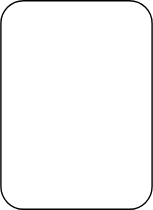
This is source/_posts/页表管理.drawio.svg from ray-jk-hong/ray-jk-hong.github.io, a draw.io export, as it was before one commit. Source tidied: cells renumbered, new cells last; positions are measured from the earlier drawing's top-left corner, leaving out a move shared by most shapes. The source it was exported from:
```xml
<mxGraphModel>
  <root>
    <mxCell id="0" />
    <mxCell id="1" parent="0" />
    <mxCell id="2" style="rounded=1;whiteSpace=wrap;html=1;" parent="1" vertex="1">
      <mxGeometry width="108" height="149" as="geometry" />
    </mxCell>
  </root>
</mxGraphModel>
```
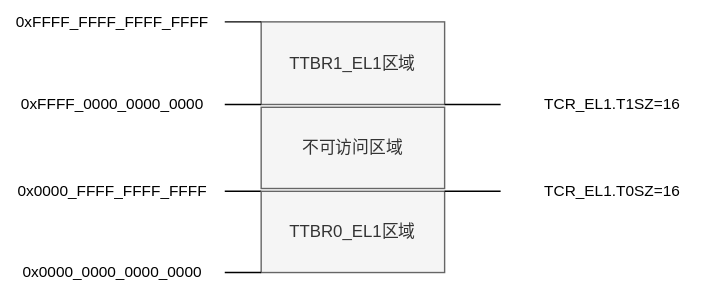
After the change.

Commit message:
更新页表管理.drawio.svg

Diff of the diagram source:
```diff
@@ -2,8 +2,52 @@
   <root>
     <mxCell id="0" />
     <mxCell id="1" parent="0" />
-    <mxCell id="2" style="rounded=1;whiteSpace=wrap;html=1;" parent="1" vertex="1">
-      <mxGeometry width="108" height="149" as="geometry" />
+    <mxCell id="2" value="TTBR1_EL1区域" style="rounded=0;whiteSpace=wrap;html=1;fillColor=#f5f5f5;strokeColor=#666666;fontColor=#333333;" parent="1" vertex="1">
+      <mxGeometry width="131" height="59" as="geometry" />
     </mxCell>
+    <mxCell id="3" value="&lt;span style=&quot;font-size: 11px; text-wrap: nowrap; background-color: rgb(255, 255, 255);&quot;&gt;0xFFFF_FFFF_FFFF_FFFF&lt;/span&gt;" style="text;html=1;align=center;verticalAlign=middle;whiteSpace=wrap;rounded=0;" parent="1" vertex="1">
+      <mxGeometry x="-186" y="-15" width="160" height="30" as="geometry" />
+    </mxCell>
+    <mxCell id="4" value="&lt;span style=&quot;font-size: 11px; text-wrap: nowrap; background-color: rgb(255, 255, 255);&quot;&gt;0xFFFF_0000_0000_0000&lt;/span&gt;" style="text;html=1;align=center;verticalAlign=middle;whiteSpace=wrap;rounded=0;" parent="1" vertex="1">
+      <mxGeometry x="-186" y="44" width="160" height="30" as="geometry" />
+    </mxCell>
+    <mxCell id="5" value="&lt;span style=&quot;font-size: 11px; text-wrap: nowrap; background-color: rgb(255, 255, 255);&quot;&gt;0x0000_FFFF_FFFF_FFFF&lt;/span&gt;" style="text;html=1;align=center;verticalAlign=middle;whiteSpace=wrap;rounded=0;" parent="1" vertex="1">
+      <mxGeometry x="-186" y="106" width="160" height="30" as="geometry" />
+    </mxCell>
+    <mxCell id="6" style="endArrow=none;html=1;rounded=0;entryX=0;entryY=0;entryDx=0;entryDy=0;exitX=1;exitY=0.5;exitDx=0;exitDy=0;" parent="1" edge="1" source="3" target="2">
+      <mxGeometry relative="1" as="geometry" />
+    </mxCell>
+    <mxCell id="7" style="endArrow=none;html=1;rounded=0;entryX=0;entryY=1;entryDx=0;entryDy=0;exitX=1;exitY=0.5;exitDx=0;exitDy=0;" parent="1" edge="1" source="4" target="2">
+      <mxGeometry relative="1" as="geometry" />
+    </mxCell>
+    <mxCell id="8" value="不可访问区域" style="rounded=0;whiteSpace=wrap;html=1;fillColor=#f5f5f5;strokeColor=#666666;fontColor=#333333;" parent="1" vertex="1">
+      <mxGeometry y="61" width="131" height="58" as="geometry" />
+    </mxCell>
+    <mxCell id="9" style="endArrow=none;html=1;rounded=0;entryX=0;entryY=0;entryDx=0;entryDy=0;exitX=1;exitY=0.5;exitDx=0;exitDy=0;" parent="1" edge="1" source="5" target="10">
+      <mxGeometry relative="1" as="geometry" />
+    </mxCell>
+    <mxCell id="10" value="TTBR0_EL1区域" style="rounded=0;whiteSpace=wrap;html=1;fillColor=#f5f5f5;strokeColor=#666666;fontColor=#333333;" parent="1" vertex="1">
+      <mxGeometry y="121" width="131" height="58" as="geometry" />
+    </mxCell>
+    <mxCell id="11" value="&lt;span style=&quot;font-size: 11px; text-wrap: nowrap; background-color: rgb(255, 255, 255);&quot;&gt;0x0000_0000_0000_0000&lt;/span&gt;" style="text;html=1;align=center;verticalAlign=middle;whiteSpace=wrap;rounded=0;" parent="1" vertex="1">
+      <mxGeometry x="-186" y="164" width="160" height="30" as="geometry" />
+    </mxCell>
+    <mxCell id="12" style="endArrow=none;html=1;rounded=0;entryX=0;entryY=1;entryDx=0;entryDy=0;exitX=1;exitY=0.5;exitDx=0;exitDy=0;" parent="1" edge="1" source="11" target="10">
+      <mxGeometry relative="1" as="geometry" />
+    </mxCell>
+    <mxCell id="13" style="endArrow=none;html=1;rounded=0;exitX=1;exitY=1;exitDx=0;exitDy=0;entryX=0;entryY=0.5;entryDx=0;entryDy=0;" parent="1" edge="1" source="2" target="14">
+      <mxGeometry relative="1" as="geometry" />
+    </mxCell>
+    <mxCell id="14" value="&lt;span style=&quot;font-size: 11px; text-wrap: nowrap; background-color: rgb(255, 255, 255);&quot;&gt;TCR_EL1.T1SZ=16&lt;/span&gt;" style="text;html=1;align=center;verticalAlign=middle;whiteSpace=wrap;rounded=0;" parent="1" vertex="1">
+      <mxGeometry x="171" y="44" width="160" height="30" as="geometry" />
+    </mxCell>
+    <mxCell id="15" style="endArrow=none;html=1;rounded=0;exitX=1;exitY=1;exitDx=0;exitDy=0;entryX=0;entryY=0.5;entryDx=0;entryDy=0;" parent="1" edge="1" target="16">
+      <mxGeometry relative="1" as="geometry">
+        <mxPoint x="131" y="121" as="sourcePoint" />
+      </mxGeometry>
+    </mxCell>
+    <mxCell id="16" value="&lt;span style=&quot;font-size: 11px; text-wrap: nowrap; background-color: rgb(255, 255, 255);&quot;&gt;TCR_EL1.T0SZ=16&lt;/span&gt;" style="text;html=1;align=center;verticalAlign=middle;whiteSpace=wrap;rounded=0;" parent="1" vertex="1">
+      <mxGeometry x="171" y="106" width="160" height="30" as="geometry" />
+    </mxCell>
   </root>
 </mxGraphModel>
```
